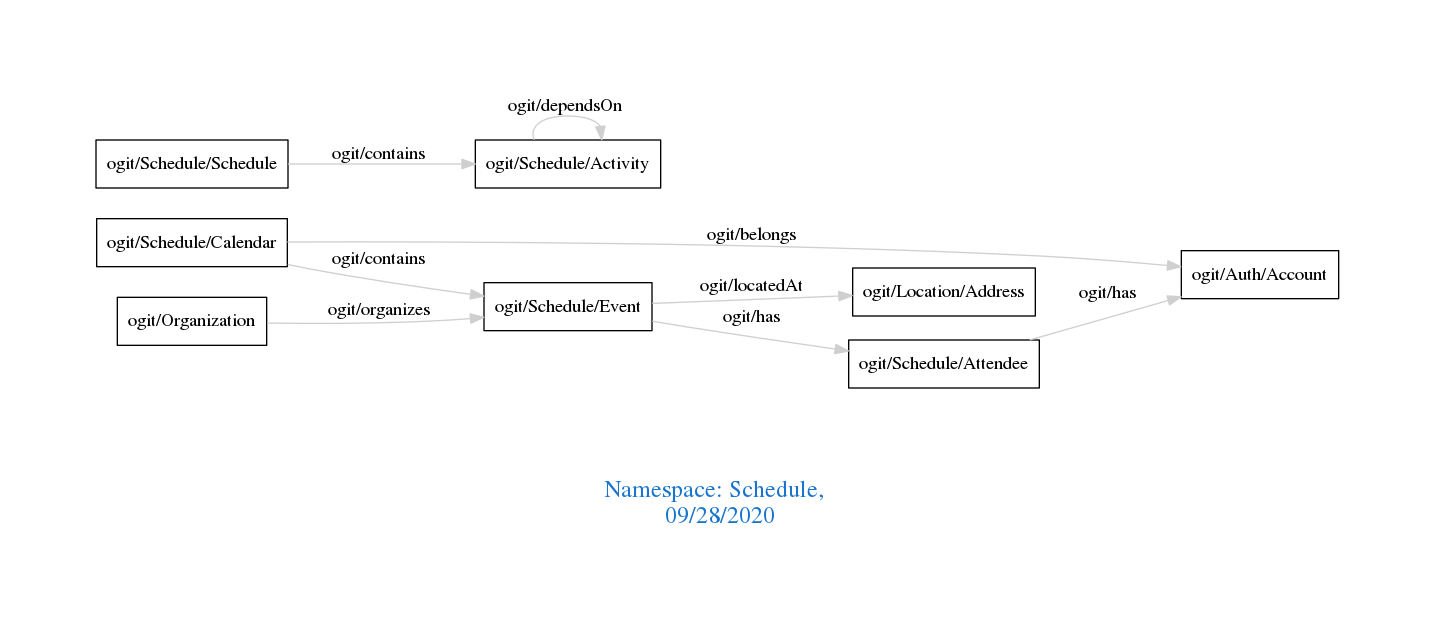
Above: downloads/Schedule.png in arago/OGIT (Graphviz), before the change. Its source is kept beside it as downloads/Schedule.dot. Its diagram source:
```dot
digraph OGIT_ontology {
 graph [ rankdir= LR,pad=1
fontsize = 18,
fontcolor= dodgerblue3,label = "\n\n\nNamespace: Schedule, \n 09/28/2020"];
node[shape=polygon];
edge [  color="gray81"];

   "ogit/Schedule/Calendar" -> "ogit/Schedule/Event" [label="   ogit/contains    "];
   "ogit/Schedule/Schedule" -> "ogit/Schedule/Activity" [label="   ogit/contains    "];
   "ogit/Schedule/Event" -> "ogit/Location/Address" [label="   ogit/locatedAt    "];
   "ogit/Organization" -> "ogit/Schedule/Event" [label="   ogit/organizes    "];
   "ogit/Schedule/Calendar" -> "ogit/Auth/Account" [label="   ogit/belongs    "];
   "ogit/Schedule/Attendee" -> "ogit/Auth/Account" [label="   ogit/has    "];
   "ogit/Schedule/Event" -> "ogit/Schedule/Attendee" [label="   ogit/has    "];
   "ogit/Schedule/Activity" -> "ogit/Schedule/Activity" [label="   ogit/dependsOn    "];
}
```
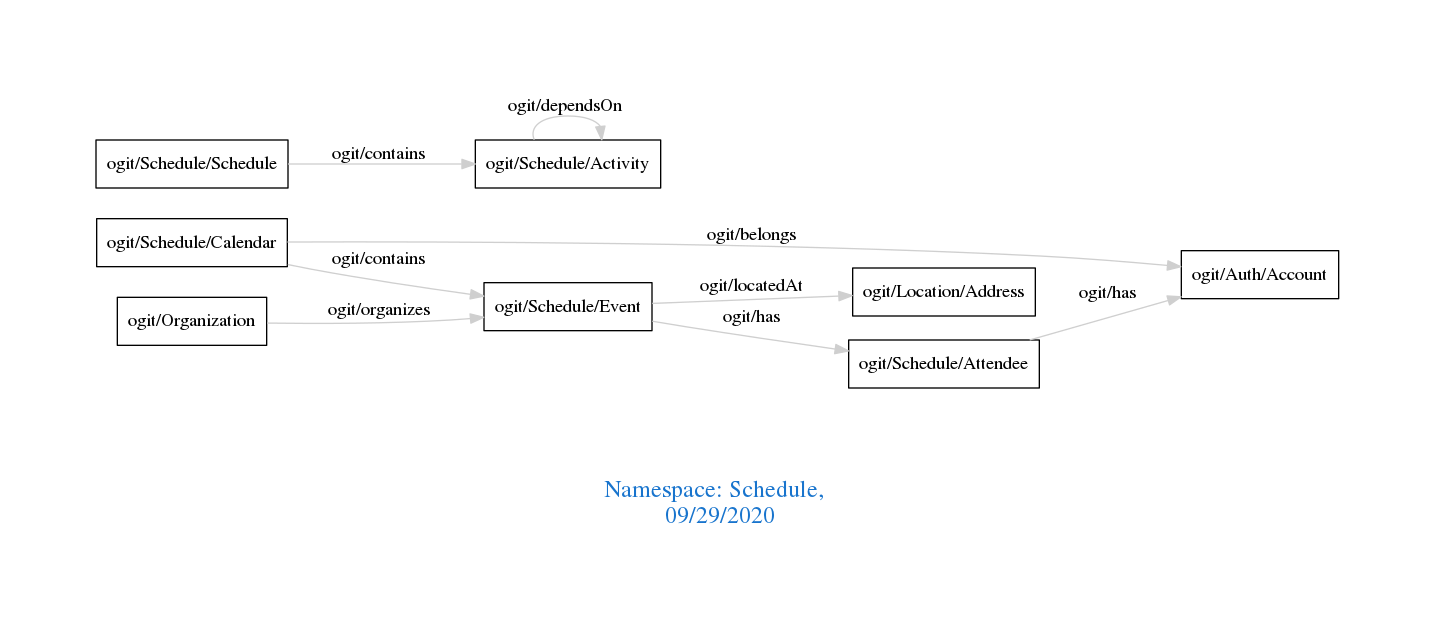
After the change.

The edit, as a diff of the source:
```diff
@@ -1,7 +1,7 @@
 digraph OGIT_ontology {
  graph [ rankdir= LR,pad=1
 fontsize = 18,
-fontcolor= dodgerblue3,label = "\n\n\nNamespace: Schedule, \n 09/28/2020"];
+fontcolor= dodgerblue3,label = "\n\n\nNamespace: Schedule, \n 09/29/2020"];
 node[shape=polygon];
 edge [  color="gray81"];
 
```
